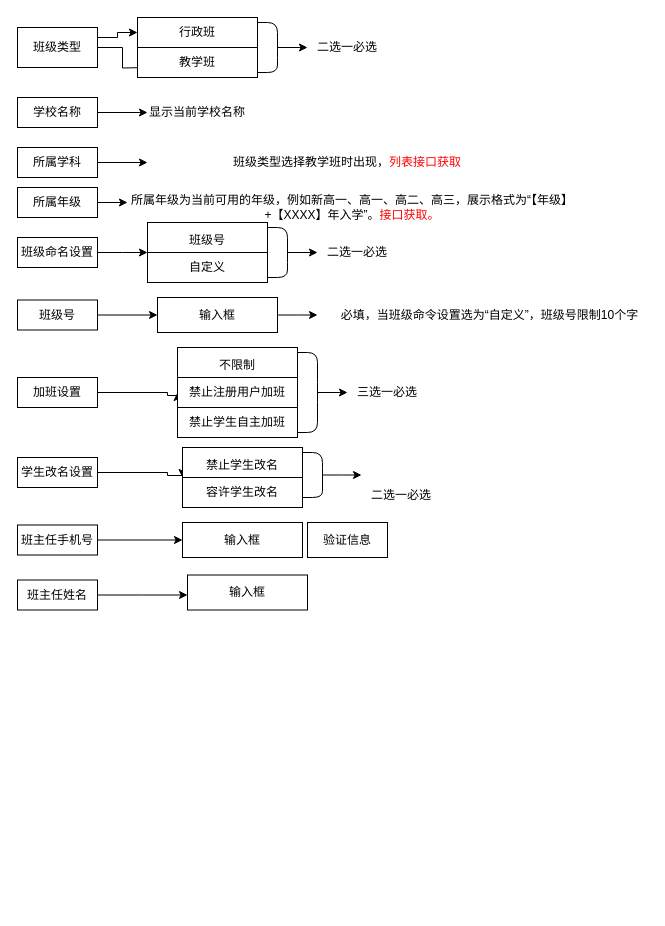
jinlianglou/my_workdir_exe keeps this draw.io diagram as 创建班级.drawio. Above is the earlier version. Source tidied: cells renumbered, new cells numbered last; positions are measured from the earlier drawing's top-left corner, leaving out a move shared by most shapes. Both pictures are drawn from the tidied source at 100%, with x=0, y=0 at pixel (17, 17).
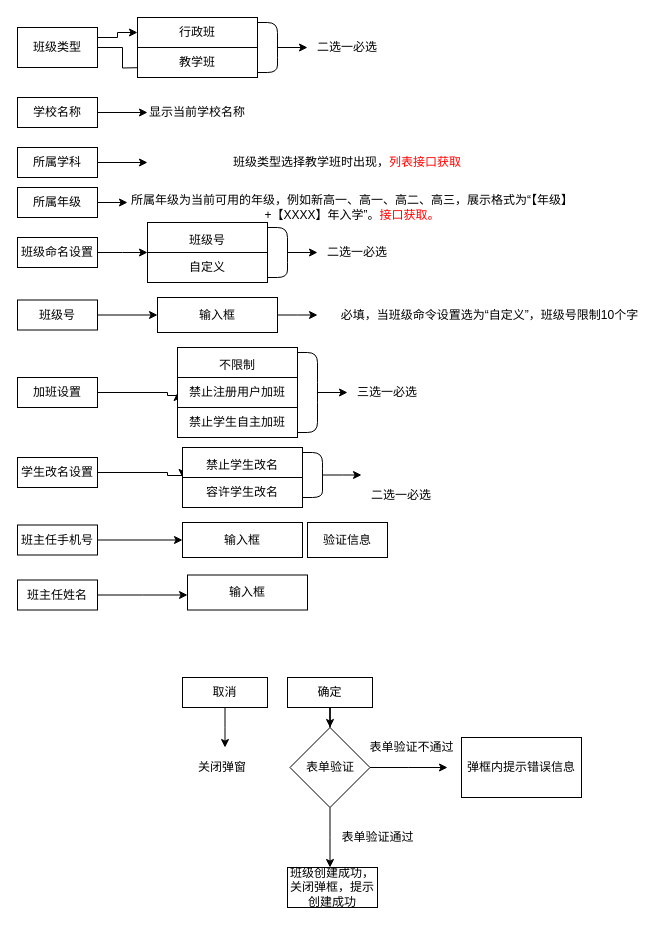
The same page after the edit.

What changed in the source:
```diff
@@
+    <mxCell id="55" style="edgeStyle=orthogonalEdgeStyle;rounded=0;jettySize=auto;html=1;" parent="1" edge="1" source="56">
+      <mxGeometry relative="1" as="geometry">
+        <mxPoint x="207.5" y="730" as="targetPoint" />
+      </mxGeometry>
+    </mxCell>
+    <mxCell id="56" value="取消" style="rounded=0;whiteSpace=wrap;html=1;" parent="1" vertex="1">
+      <mxGeometry x="165" y="660" width="85" height="30" as="geometry" />
+    </mxCell>
+    <mxCell id="57" style="edgeStyle=orthogonalEdgeStyle;rounded=0;jettySize=auto;html=1;" parent="1" edge="1" source="58" target="62">
+      <mxGeometry relative="1" as="geometry" />
+    </mxCell>
+    <mxCell id="58" value="确定" style="rounded=0;whiteSpace=wrap;html=1;" parent="1" vertex="1">
+      <mxGeometry x="270" y="660" width="85" height="30" as="geometry" />
+    </mxCell>
+    <mxCell id="59" value="关闭弹窗" style="text;html=1;strokeColor=none;fillColor=none;align=center;verticalAlign=middle;whiteSpace=wrap;rounded=0;" parent="1" vertex="1">
+      <mxGeometry x="180" y="740" width="50" height="20" as="geometry" />
+    </mxCell>
+    <mxCell id="60" style="edgeStyle=orthogonalEdgeStyle;rounded=0;jettySize=auto;html=1;" parent="1" edge="1" source="62">
+      <mxGeometry relative="1" as="geometry">
+        <mxPoint x="430" y="750" as="targetPoint" />
+      </mxGeometry>
+    </mxCell>
+    <mxCell id="61" style="edgeStyle=orthogonalEdgeStyle;rounded=0;jettySize=auto;html=1;" parent="1" edge="1" source="62">
+      <mxGeometry relative="1" as="geometry">
+        <mxPoint x="312.5" y="850" as="targetPoint" />
+      </mxGeometry>
+    </mxCell>
+    <mxCell id="62" value="表单验证" style="rhombus;whiteSpace=wrap;html=1;" parent="1" vertex="1">
+      <mxGeometry x="272.5" y="710" width="80" height="80" as="geometry" />
+    </mxCell>
+    <mxCell id="63" value="表单验证不通过" style="text;html=1;align=center;verticalAlign=middle;strokeColor=none;fillColor=none;" parent="1" vertex="1">
+      <mxGeometry x="344" y="720" width="100" height="20" as="geometry" />
+    </mxCell>
+    <mxCell id="64" value="弹框内提示错误信息" style="whiteSpace=wrap;html=1;" parent="1" vertex="1">
+      <mxGeometry x="444" y="720" width="120" height="60" as="geometry" />
+    </mxCell>
+    <mxCell id="65" value="表单验证通过" style="text;html=1;align=center;verticalAlign=middle;strokeColor=none;fillColor=none;" parent="1" vertex="1">
+      <mxGeometry x="315" y="810" width="90" height="20" as="geometry" />
+    </mxCell>
+    <mxCell id="66" value="班级创建成功，关闭弹框，提示创建成功" style="rounded=0;whiteSpace=wrap;html=1;" parent="1" vertex="1">
+      <mxGeometry x="270" y="850" width="90" height="40" as="geometry" />
+    </mxCell>
```
